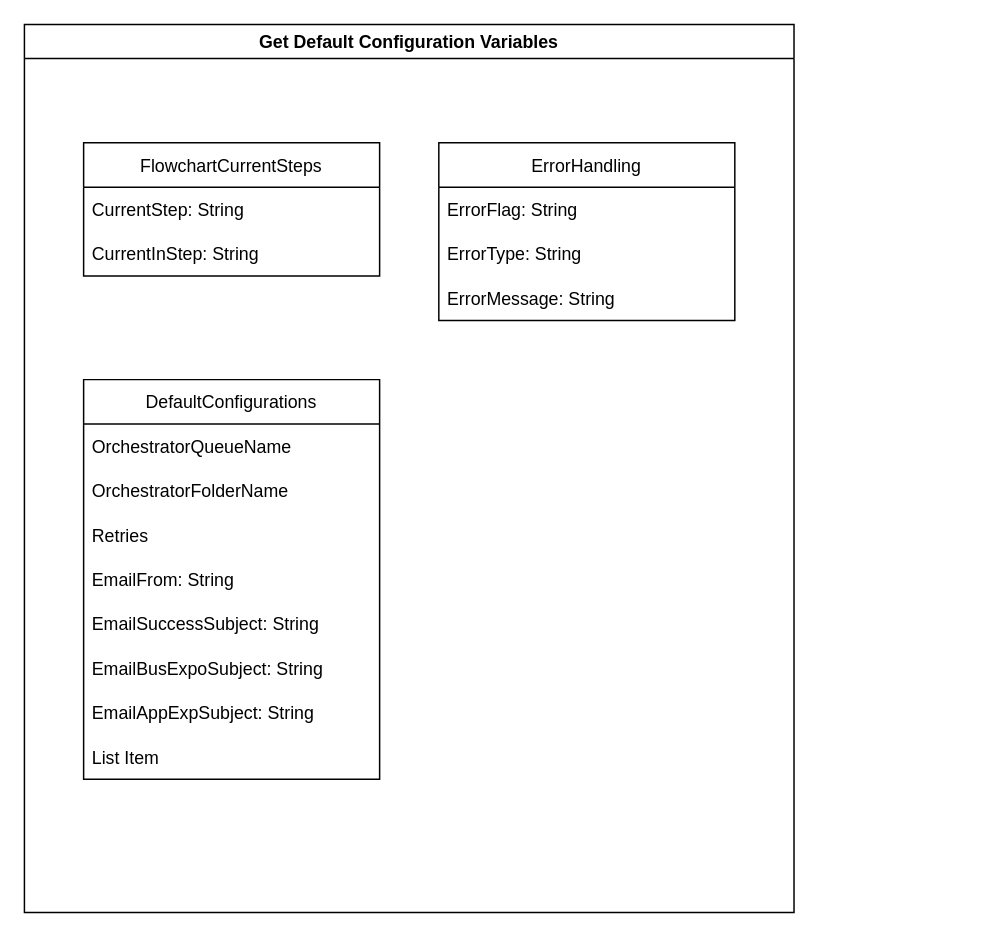
The draw.io diagram Documents/GetDefaultConfiguration_Framework_Dictionaries.drawio in Espila26/STY-Framework, before the edit. Source tidied: cells renumbered, new cells numbered last; positions are measured from the earlier drawing's top-left corner, leaving out a move shared by most shapes. Both pictures are drawn from the tidied source at 148%, with x=0, y=0 at pixel (24, 24).
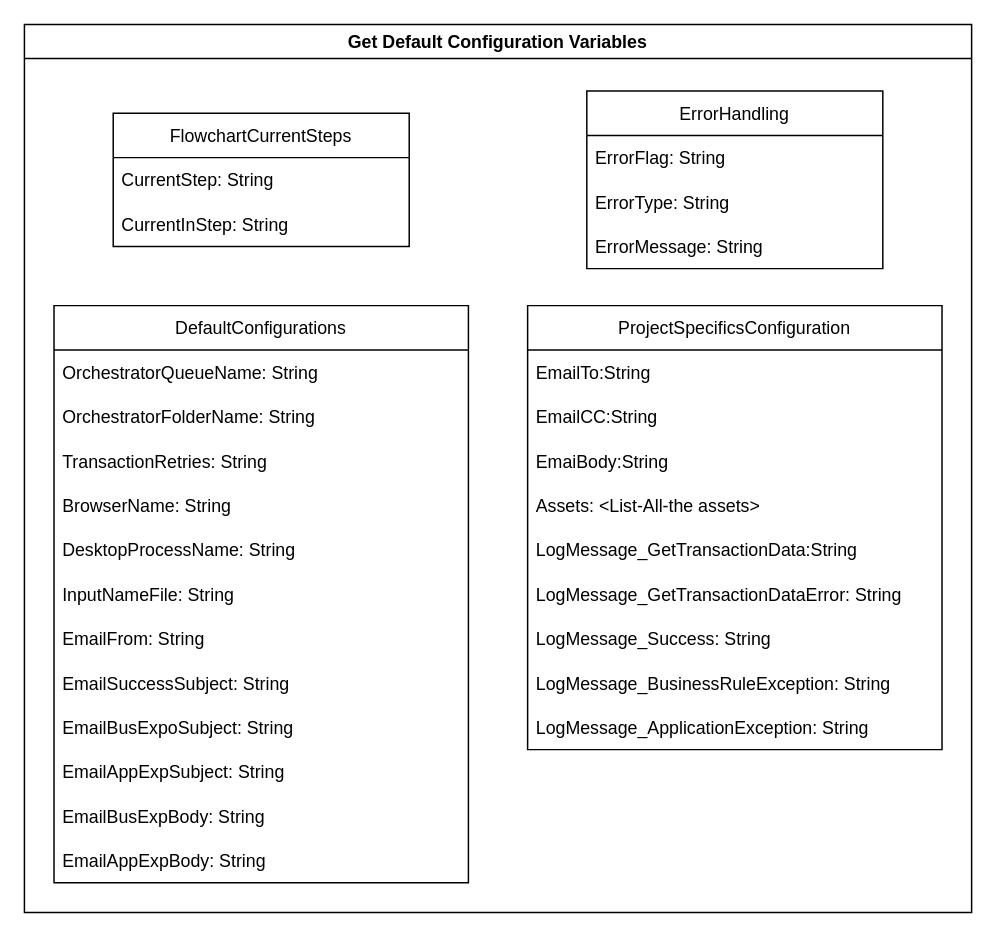
Above is the later version.

What changed in the source:
```diff
@@
     <mxCell id="2" value="Get Default Configuration Variables" style="swimlane;" parent="1" vertex="1">
-      <mxGeometry width="520" height="600" as="geometry" />
+      <mxGeometry width="640" height="600" as="geometry" />
     </mxCell>
     <mxCell id="3" value="FlowchartCurrentSteps" style="swimlane;fontStyle=0;horizontal=1;startSize=30;" parent="2" vertex="1">
-      <mxGeometry x="40" y="80" width="200" height="90" as="geometry" />
+      <mxGeometry x="60" y="60" width="200" height="90" as="geometry" />
     </mxCell>
@@
     <mxCell id="6" value="ErrorHandling" style="swimlane;fontStyle=0;horizontal=1;startSize=30;" parent="2" vertex="1">
-      <mxGeometry x="280" y="80" width="200" height="120" as="geometry" />
+      <mxGeometry x="380" y="45" width="200" height="120" as="geometry" />
     </mxCell>
@@
     <mxCell id="10" value="DefaultConfigurations" style="swimlane;fontStyle=0;horizontal=1;startSize=30;" parent="2" vertex="1">
-      <mxGeometry x="40" y="240" width="200" height="270" as="geometry" />
+      <mxGeometry x="20" y="190" width="280" height="390" as="geometry" />
     </mxCell>
-    <mxCell id="11" value="OrchestratorQueueName" style="text;strokeColor=none;fillColor=none;align=left;verticalAlign=middle;spacingLeft=4;spacingRight=4;overflow=hidden;" parent="10" vertex="1">
-      <mxGeometry y="30" width="200" height="30" as="geometry" />
+    <mxCell id="11" value="OrchestratorQueueName: String" style="text;strokeColor=none;fillColor=none;align=left;verticalAlign=middle;spacingLeft=4;spacingRight=4;overflow=hidden;" parent="10" vertex="1">
+      <mxGeometry y="30" width="280" height="30" as="geometry" />
     </mxCell>
-    <mxCell id="12" value="OrchestratorFolderName" style="text;strokeColor=none;fillColor=none;align=left;verticalAlign=middle;spacingLeft=4;spacingRight=4;overflow=hidden;" parent="10" vertex="1">
-      <mxGeometry y="60" width="200" height="30" as="geometry" />
+    <mxCell id="12" value="OrchestratorFolderName: String" style="text;strokeColor=none;fillColor=none;align=left;verticalAlign=middle;spacingLeft=4;spacingRight=4;overflow=hidden;" parent="10" vertex="1">
+      <mxGeometry y="60" width="280" height="30" as="geometry" />
     </mxCell>
-    <mxCell id="13" value="Retries" style="text;strokeColor=none;fillColor=none;align=left;verticalAlign=middle;spacingLeft=4;spacingRight=4;overflow=hidden;" parent="10" vertex="1">
-      <mxGeometry y="90" width="200" height="30" as="geometry" />
+    <mxCell id="13" value="TransactionRetries: String" style="text;strokeColor=none;fillColor=none;align=left;verticalAlign=middle;spacingLeft=4;spacingRight=4;overflow=hidden;" parent="10" vertex="1">
+      <mxGeometry y="90" width="280" height="30" as="geometry" />
     </mxCell>
+    <mxCell id="19" value="BrowserName: String" style="text;strokeColor=none;fillColor=none;align=left;verticalAlign=middle;spacingLeft=4;spacingRight=4;overflow=hidden;" parent="10" vertex="1">
+      <mxGeometry y="120" width="280" height="30" as="geometry" />
+    </mxCell>
+    <mxCell id="20" value="DesktopProcessName: String" style="text;strokeColor=none;fillColor=none;align=left;verticalAlign=middle;spacingLeft=4;spacingRight=4;overflow=hidden;" parent="10" vertex="1">
+      <mxGeometry y="150" width="280" height="30" as="geometry" />
+    </mxCell>
+    <mxCell id="18" value="InputNameFile: String " style="text;strokeColor=none;fillColor=none;align=left;verticalAlign=middle;spacingLeft=4;spacingRight=4;overflow=hidden;" parent="10" vertex="1">
+      <mxGeometry y="180" width="280" height="30" as="geometry" />
+    </mxCell>
     <mxCell id="14" value="EmailFrom: String" style="text;strokeColor=none;fillColor=none;align=left;verticalAlign=middle;spacingLeft=4;spacingRight=4;overflow=hidden;" parent="10" vertex="1">
-      <mxGeometry y="120" width="200" height="30" as="geometry" />
+      <mxGeometry y="210" width="280" height="30" as="geometry" />
     </mxCell>
     <mxCell id="15" value="EmailSuccessSubject: String" style="text;strokeColor=none;fillColor=none;align=left;verticalAlign=middle;spacingLeft=4;spacingRight=4;overflow=hidden;" parent="10" vertex="1">
-      <mxGeometry y="150" width="200" height="30" as="geometry" />
+      <mxGeometry y="240" width="280" height="30" as="geometry" />
     </mxCell>
     <mxCell id="16" value="EmailBusExpoSubject: String" style="text;strokeColor=none;fillColor=none;align=left;verticalAlign=middle;spacingLeft=4;spacingRight=4;overflow=hidden;" parent="10" vertex="1">
-      <mxGeometry y="180" width="200" height="30" as="geometry" />
+      <mxGeometry y="270" width="280" height="30" as="geometry" />
     </mxCell>
     <mxCell id="17" value="EmailAppExpSubject: String" style="text;strokeColor=none;fillColor=none;align=left;verticalAlign=middle;spacingLeft=4;spacingRight=4;overflow=hidden;" parent="10" vertex="1">
-      <mxGeometry y="210" width="200" height="30" as="geometry" />
+      <mxGeometry y="300" width="280" height="30" as="geometry" />
     </mxCell>
-    <mxCell id="18" value="List Item" style="text;strokeColor=none;fillColor=none;align=left;verticalAlign=middle;spacingLeft=4;spacingRight=4;overflow=hidden;" parent="10" vertex="1">
-      <mxGeometry y="240" width="200" height="30" as="geometry" />
-    </mxCell>
+    <mxCell id="21" value="EmailBusExpBody: String" style="text;strokeColor=none;fillColor=none;align=left;verticalAlign=middle;spacingLeft=4;spacingRight=4;overflow=hidden;" parent="10" vertex="1">
+      <mxGeometry y="330" width="280" height="30" as="geometry" />
+    </mxCell>
+    <mxCell id="22" value="EmailAppExpBody: String" style="text;strokeColor=none;fillColor=none;align=left;verticalAlign=middle;spacingLeft=4;spacingRight=4;overflow=hidden;" parent="10" vertex="1">
+      <mxGeometry y="360" width="280" height="30" as="geometry" />
+    </mxCell>
+    <mxCell id="23" value="ProjectSpecificsConfiguration" style="swimlane;fontStyle=0;horizontal=1;startSize=30;" parent="2" vertex="1">
+      <mxGeometry x="340" y="190" width="280" height="300" as="geometry" />
+    </mxCell>
+    <mxCell id="24" value="EmailTo:String" style="text;strokeColor=none;fillColor=none;align=left;verticalAlign=middle;spacingLeft=4;spacingRight=4;overflow=hidden;" parent="23" vertex="1">
+      <mxGeometry y="30" width="280" height="30" as="geometry" />
+    </mxCell>
+    <mxCell id="25" value="EmailCC:String" style="text;strokeColor=none;fillColor=none;align=left;verticalAlign=middle;spacingLeft=4;spacingRight=4;overflow=hidden;" parent="23" vertex="1">
+      <mxGeometry y="60" width="280" height="30" as="geometry" />
+    </mxCell>
+    <mxCell id="26" value="EmaiBody:String" style="text;strokeColor=none;fillColor=none;align=left;verticalAlign=middle;spacingLeft=4;spacingRight=4;overflow=hidden;" parent="23" vertex="1">
+      <mxGeometry y="90" width="280" height="30" as="geometry" />
+    </mxCell>
+    <mxCell id="27" value="Assets: &lt;List-All-the assets&gt;" style="text;strokeColor=none;fillColor=none;align=left;verticalAlign=middle;spacingLeft=4;spacingRight=4;overflow=hidden;" parent="23" vertex="1">
+      <mxGeometry y="120" width="280" height="30" as="geometry" />
+    </mxCell>
+    <mxCell id="28" value="LogMessage_GetTransactionData:String" style="text;strokeColor=none;fillColor=none;align=left;verticalAlign=middle;spacingLeft=4;spacingRight=4;overflow=hidden;" parent="23" vertex="1">
+      <mxGeometry y="150" width="280" height="30" as="geometry" />
+    </mxCell>
+    <mxCell id="29" value="LogMessage_GetTransactionDataError: String" style="text;strokeColor=none;fillColor=none;align=left;verticalAlign=middle;spacingLeft=4;spacingRight=4;overflow=hidden;" parent="23" vertex="1">
+      <mxGeometry y="180" width="280" height="30" as="geometry" />
+    </mxCell>
+    <mxCell id="30" value="LogMessage_Success: String" style="text;strokeColor=none;fillColor=none;align=left;verticalAlign=middle;spacingLeft=4;spacingRight=4;overflow=hidden;" parent="23" vertex="1">
+      <mxGeometry y="210" width="280" height="30" as="geometry" />
+    </mxCell>
+    <mxCell id="31" value="LogMessage_BusinessRuleException: String" style="text;strokeColor=none;fillColor=none;align=left;verticalAlign=middle;spacingLeft=4;spacingRight=4;overflow=hidden;" parent="23" vertex="1">
+      <mxGeometry y="240" width="280" height="30" as="geometry" />
+    </mxCell>
+    <mxCell id="32" value="LogMessage_ApplicationException: String" style="text;strokeColor=none;fillColor=none;align=left;verticalAlign=middle;spacingLeft=4;spacingRight=4;overflow=hidden;" parent="23" vertex="1">
+      <mxGeometry y="270" width="280" height="30" as="geometry" />
+    </mxCell>
```
